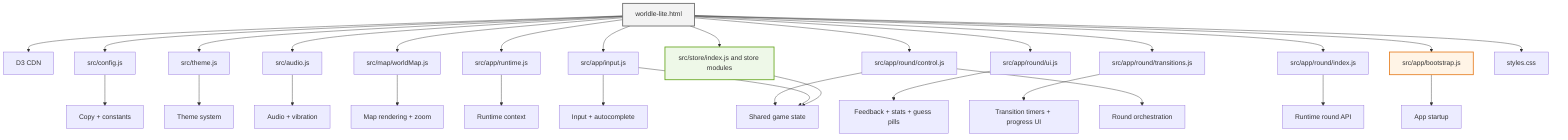
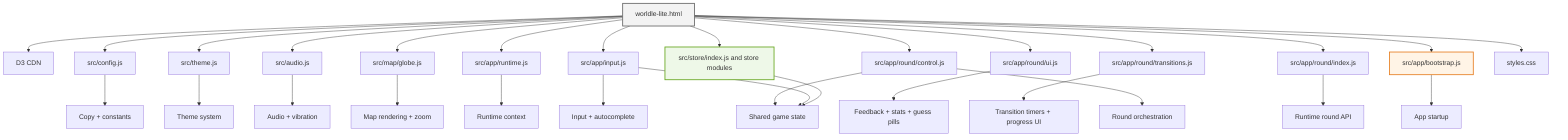
flowchart TD
  HTML[worldle-lite.html]
  D3[D3 CDN]
  CONFIG[src/config.js]
  STORE[src/store/index.js and store modules]
  THEME[src/theme.js]
  AUDIO[src/audio.js]
-   MAP[src/map/worldMap.js]
+   MAP[src/map/globe.js]
  CORE[src/app/runtime.js]
  INPUT[src/app/input.js]
  ROUND_UI[src/app/round/ui.js]
  ROUND_TRANSITION[src/app/round/transitions.js]
  ROUND_FLOW[src/app/round/control.js]
  ROUND_INDEX[src/app/round/index.js]
  BOOT[src/app/bootstrap.js]
  CSS[styles.css]

  HTML --> CSS
  HTML --> D3
  HTML --> CONFIG
  HTML --> STORE
  HTML --> THEME
  HTML --> AUDIO
  HTML --> MAP
  HTML --> CORE
  HTML --> INPUT
  HTML --> ROUND_UI
  HTML --> ROUND_TRANSITION
  HTML --> ROUND_FLOW
  HTML --> ROUND_INDEX
  HTML --> BOOT

  CONFIG --> COPY[Copy + constants]
  STORE --> STATE[Shared game state]
  THEME --> THEME_STATE[Theme system]
  AUDIO --> AUDIO_STATE[Audio + vibration]
  MAP --> MAP_STATE[Map rendering + zoom]
  CORE --> RUNTIME[Runtime context]
  INPUT --> AUTOCOMPLETE[Input + autocomplete]
  ROUND_INDEX --> ROUND_API[Runtime round API]
  ROUND_FLOW --> ROUND_ORCHESTRATION[Round orchestration]
  ROUND_UI --> ROUND_RENDER[Feedback + stats + guess pills]
  ROUND_TRANSITION --> ROUND_TIMERS[Transition timers + progress UI]
  BOOT --> STARTUP[App startup]
  INPUT --> STATE
  ROUND_FLOW --> STATE

  style STORE fill:#eef8e8,stroke:#66a61e,stroke-width:2px
  style BOOT fill:#fff4e6,stroke:#e67e22,stroke-width:2px
  style HTML fill:#f3f3f3,stroke:#666,stroke-width:2px
